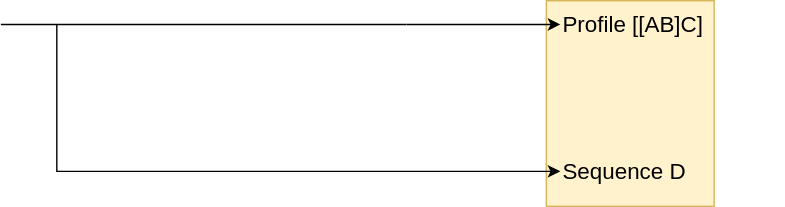
Before: images/progressive_alignment_3.drawio.svg, a diagram exported from draw.io (khiron/dBGAlignSlides). Source tidied: cells renumbered, new cells last; positions are measured from the earlier drawing's top-left corner, leaving out a move shared by most shapes. Its diagram source:
```xml
<mxGraphModel background="#ffffff">
  <root>
    <mxCell id="0" />
    <mxCell id="1" parent="0" />
    <mxCell id="2" style="rounded=0;whiteSpace=wrap;html=1;fillColor=#fff2cc;strokeColor=#d6b656;" parent="1" vertex="1">
      <mxGeometry x="390" width="120" height="147" as="geometry" />
    </mxCell>
    <mxCell id="3" value="&lt;font style=&quot;font-size: 16px;&quot;&gt;Profile [[AB]C]&lt;/font&gt;" style="text;html=1;strokeColor=none;fillColor=none;align=left;verticalAlign=middle;whiteSpace=wrap;rounded=0;fontSize=16;" parent="1" vertex="1">
      <mxGeometry x="400" y="2" width="160" height="30" as="geometry" />
    </mxCell>
    <mxCell id="4" value="&lt;font style=&quot;font-size: 16px;&quot;&gt;Sequence D&lt;/font&gt;" style="text;html=1;strokeColor=none;fillColor=none;align=left;verticalAlign=middle;whiteSpace=wrap;rounded=0;fontSize=16;" parent="1" vertex="1">
      <mxGeometry x="400" y="107" width="160" height="30" as="geometry" />
    </mxCell>
    <mxCell id="5" style="endArrow=none;html=1;fontSize=16;rounded=0;startArrow=none;startFill=0;endFill=0;" parent="1" edge="1">
      <mxGeometry relative="1" as="geometry">
        <mxPoint y="17" as="sourcePoint" />
        <mxPoint x="290" y="17" as="targetPoint" />
        <Array as="points">
          <mxPoint x="290" y="17" />
        </Array>
      </mxGeometry>
    </mxCell>
    <mxCell id="6" style="endArrow=classic;html=1;rounded=0;fontSize=16;entryX=0;entryY=0.5;entryDx=0;entryDy=0;" parent="1" edge="1" target="3">
      <mxGeometry relative="1" as="geometry">
        <mxPoint x="290" y="17" as="sourcePoint" />
      </mxGeometry>
    </mxCell>
    <mxCell id="7" style="endArrow=classic;html=1;rounded=0;fontSize=16;entryX=0;entryY=0.5;entryDx=0;entryDy=0;" parent="1" edge="1" target="4">
      <mxGeometry relative="1" as="geometry">
        <mxPoint x="40" y="17" as="sourcePoint" />
        <Array as="points">
          <mxPoint x="40" y="122" />
        </Array>
      </mxGeometry>
    </mxCell>
  </root>
</mxGraphModel>
```
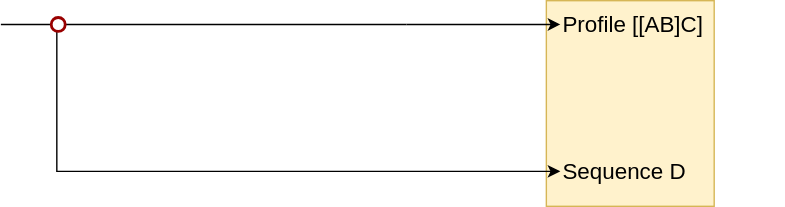
The same file after the commit.

The edit, as a diff of the source:
```diff
@@ -33,5 +33,8 @@
         </Array>
       </mxGeometry>
     </mxCell>
+    <mxCell id="8" style="ellipse;whiteSpace=wrap;html=1;strokeColor=#990000;strokeWidth=2;" parent="1" vertex="1">
+      <mxGeometry x="36" y="12" width="10" height="10" as="geometry" />
+    </mxCell>
   </root>
 </mxGraphModel>
```
